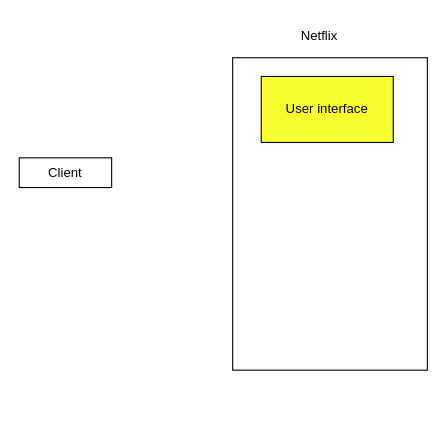
Earlier version of the draw.io diagram Monolithic.drawio (olliglorioso/datasets). Source tidied: cells renumbered, new cells numbered last; positions are measured from the earlier drawing's top-left corner, leaving out a move shared by most shapes. Both pictures are drawn from the tidied source at 110%, with x=0, y=0 at pixel (19, 19). Pictures stored in the file or linked from it are replaced by grey dashed boxes.
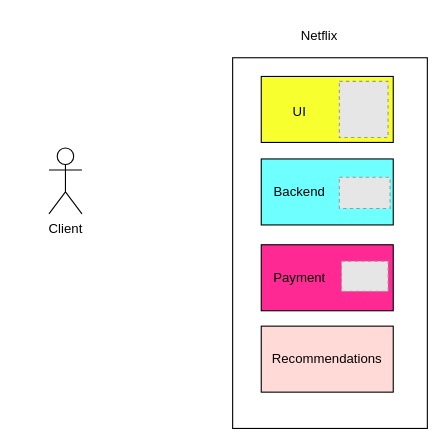
The same diagram, later.

The edit, as a diff of the source:
```diff
@@
 <mxGraphModel>
   <root>
     <mxCell id="0" />
     <mxCell id="1" parent="0" />
-    <mxCell id="2" value="Client" style="rounded=0;whiteSpace=wrap;html=1;" parent="1" vertex="1">
-      <mxGeometry y="126" width="84" height="27" as="geometry" />
-    </mxCell>
     <mxCell id="3" value="Netflix" style="text;strokeColor=none;align=center;fillColor=none;html=1;verticalAlign=middle;whiteSpace=wrap;rounded=0;" parent="1" vertex="1">
       <mxGeometry x="243" width="60" height="30" as="geometry" />
     </mxCell>
     <mxCell id="4" style="rounded=0;whiteSpace=wrap;html=1;direction=south;" parent="1" vertex="1">
-      <mxGeometry x="194" y="35" width="177" height="284" as="geometry" />
+      <mxGeometry x="194" y="35" width="177" height="337" as="geometry" />
     </mxCell>
-    <mxCell id="5" value="User interface" style="rounded=0;whiteSpace=wrap;html=1;fillColor=#F8FF2E;" parent="1" vertex="1">
+    <mxCell id="5" style="rounded=0;whiteSpace=wrap;html=1;fillColor=#F8FF2E;" parent="1" vertex="1">
       <mxGeometry x="220" y="52" width="120" height="60" as="geometry" />
     </mxCell>
+    <mxCell id="6" style="fillColor=#E6E6E6;strokeColor=#999999;dashed=1;verticalLabelPosition=bottom;labelBackgroundColor=default;verticalAlign=top;" parent="1" vertex="1">
+      <mxGeometry x="291" y="56.5" width="44.3" height="51" as="geometry" />
+    </mxCell>
+    <mxCell id="2" value="Client" style="shape=umlActor;verticalLabelPosition=bottom;verticalAlign=top;html=1;" parent="1" vertex="1">
+      <mxGeometry x="27" y="117" width="30" height="60" as="geometry" />
+    </mxCell>
+    <mxCell id="7" value="UI" style="text;strokeColor=none;align=center;fillColor=none;html=1;verticalAlign=middle;whiteSpace=wrap;rounded=0;" parent="1" vertex="1">
+      <mxGeometry x="225" y="69" width="60" height="30" as="geometry" />
+    </mxCell>
+    <mxCell id="8" style="rounded=0;whiteSpace=wrap;html=1;fillColor=#6EFFFF;" parent="1" vertex="1">
+      <mxGeometry x="220" y="127" width="120" height="60" as="geometry" />
+    </mxCell>
+    <mxCell id="9" value="Backend" style="text;strokeColor=none;align=center;fillColor=none;html=1;verticalAlign=middle;whiteSpace=wrap;rounded=0;" parent="1" vertex="1">
+      <mxGeometry x="225" y="142" width="60" height="30" as="geometry" />
+    </mxCell>
+    <mxCell id="10" style="rounded=0;whiteSpace=wrap;html=1;fillColor=#FF2994;" parent="1" vertex="1">
+      <mxGeometry x="220" y="205" width="120" height="60" as="geometry" />
+    </mxCell>
+    <mxCell id="11" value="Payment" style="text;strokeColor=none;align=center;fillColor=none;html=1;verticalAlign=middle;whiteSpace=wrap;rounded=0;" parent="1" vertex="1">
+      <mxGeometry x="225" y="220" width="60" height="30" as="geometry" />
+    </mxCell>
+    <mxCell id="12" style="fillColor=#E6E6E6;strokeColor=#999999;dashed=1;verticalLabelPosition=bottom;labelBackgroundColor=default;verticalAlign=top;" parent="1" vertex="1">
+      <mxGeometry x="291" y="143.7" width="46.1" height="28.3" as="geometry" />
+    </mxCell>
+    <mxCell id="13" style="fillColor=#E6E6E6;strokeColor=#999999;dashed=1;verticalLabelPosition=bottom;labelBackgroundColor=default;verticalAlign=top;" parent="1" vertex="1">
+      <mxGeometry x="293" y="220" width="42.3" height="27.3" as="geometry" />
+    </mxCell>
+    <mxCell id="14" style="rounded=0;whiteSpace=wrap;html=1;fillColor=#FFDAD6;" parent="1" vertex="1">
+      <mxGeometry x="220" y="279" width="120" height="60" as="geometry" />
+    </mxCell>
+    <mxCell id="15" value="Recommendations" style="text;strokeColor=none;align=center;fillColor=none;html=1;verticalAlign=middle;whiteSpace=wrap;rounded=0;" parent="1" vertex="1">
+      <mxGeometry x="250" y="294" width="60" height="30" as="geometry" />
+    </mxCell>
   </root>
 </mxGraphModel>
```
